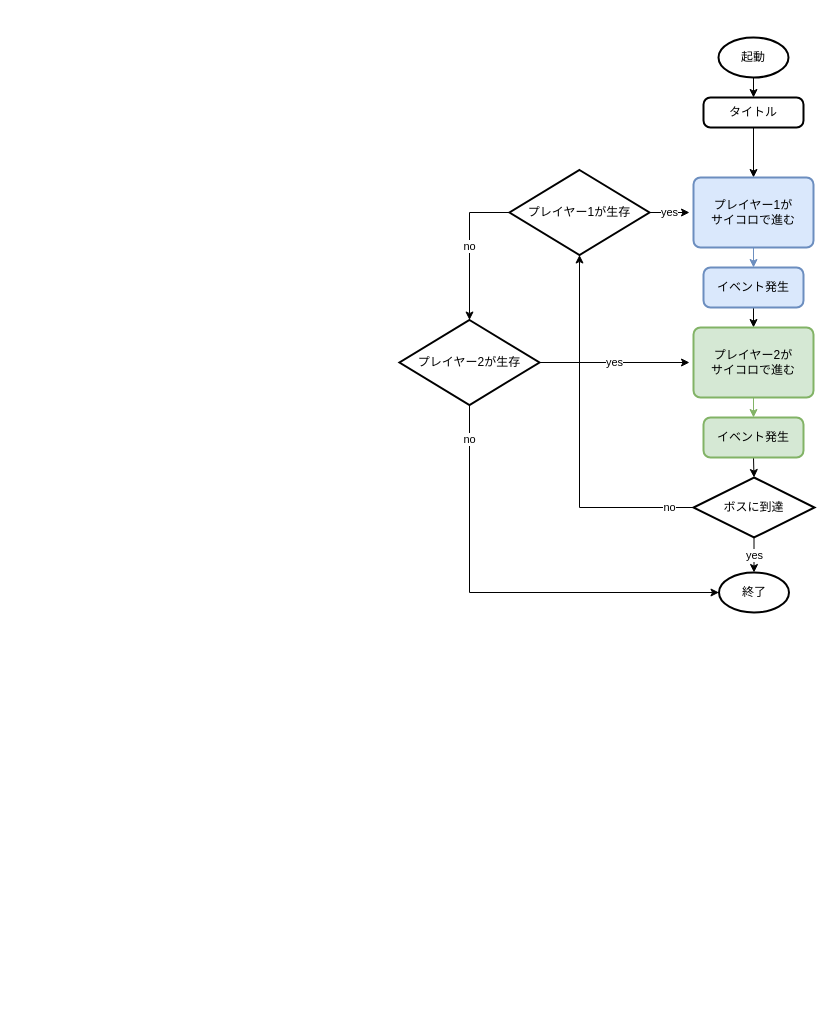
AK-8420/SugorokuRPG keeps this draw.io diagram as Architecture.drawio. Above is the earlier version. Source tidied: cells renumbered, new cells numbered last; positions are measured from the earlier drawing's top-left corner, leaving out a move shared by most shapes. Both pictures are drawn from the tidied source at 100%, with x=0, y=0 at pixel (399, 37).
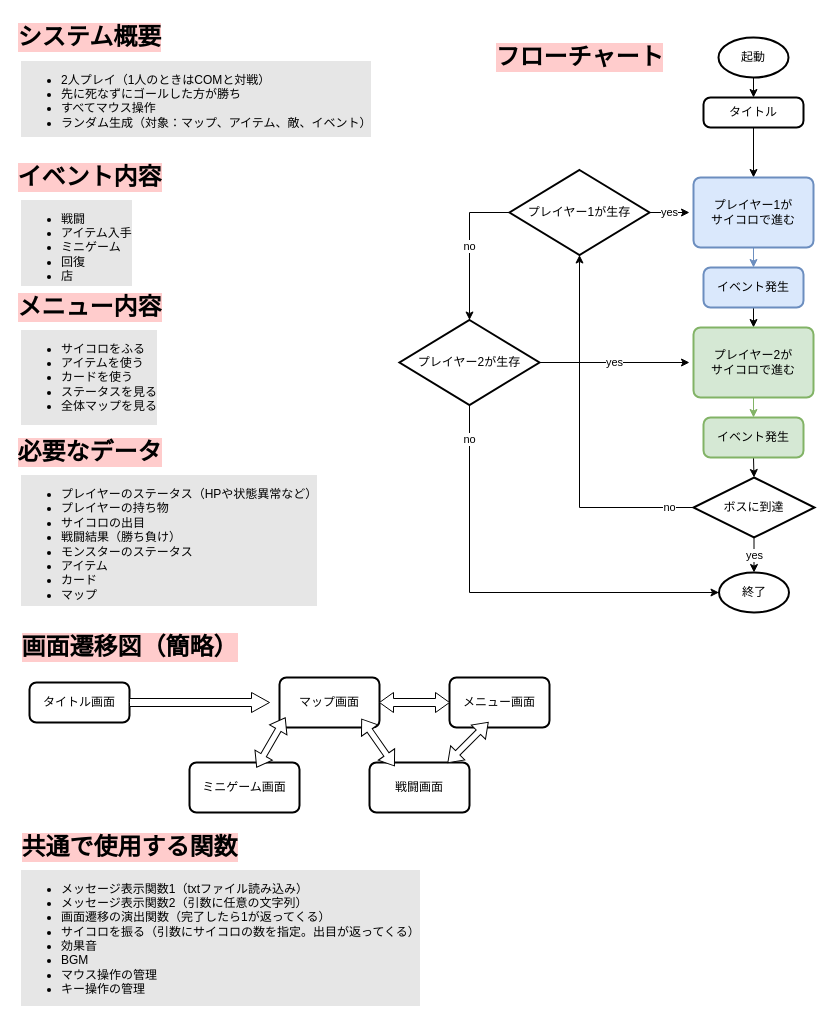
The same diagram, later.

Commit message:
Architecture.drawio を更新します

The edit, as a diff of the source:
```diff
@@
+    <mxCell id="24" value="システム概要" style="text;strokeColor=none;fillColor=none;html=1;fontSize=24;fontStyle=1;verticalAlign=middle;align=center;labelBackgroundColor=#FFCCCC;" parent="1" vertex="1">
+      <mxGeometry x="-360" y="-20" width="100" height="40" as="geometry" />
+    </mxCell>
+    <mxCell id="25" value="&lt;ul&gt;&lt;li&gt;2人プレイ（1人のときはCOMと対戦）&lt;/li&gt;&lt;li&gt;先に死なずにゴールした方が勝ち&lt;/li&gt;&lt;li&gt;すべてマウス操作&lt;/li&gt;&lt;li&gt;ランダム生成（対象：マップ、アイテム、敵、イベント）&lt;/li&gt;&lt;/ul&gt;" style="text;html=1;whiteSpace=wrap;verticalAlign=middle;overflow=hidden;labelBackgroundColor=#E6E6E6;" parent="1" vertex="1">
+      <mxGeometry x="-380" y="21" width="370" height="80" as="geometry" />
+    </mxCell>
+    <mxCell id="26" value="イベント内容" style="text;strokeColor=none;fillColor=none;html=1;fontSize=24;fontStyle=1;verticalAlign=middle;align=center;labelBackgroundColor=#FFCCCC;" parent="1" vertex="1">
+      <mxGeometry x="-360" y="120" width="100" height="40" as="geometry" />
+    </mxCell>
+    <mxCell id="27" value="&lt;ul&gt;&lt;li&gt;戦闘&lt;/li&gt;&lt;li&gt;アイテム入手&lt;/li&gt;&lt;li&gt;ミニゲーム&lt;/li&gt;&lt;li&gt;回復&lt;/li&gt;&lt;li&gt;店&lt;/li&gt;&lt;/ul&gt;" style="text;html=1;whiteSpace=wrap;verticalAlign=middle;overflow=hidden;labelBackgroundColor=#E6E6E6;" parent="1" vertex="1">
+      <mxGeometry x="-380" y="160" width="370" height="90" as="geometry" />
+    </mxCell>
+    <mxCell id="28" value="必要なデータ" style="text;strokeColor=none;fillColor=none;html=1;fontSize=24;fontStyle=1;verticalAlign=middle;align=center;labelBackgroundColor=#FFCCCC;" parent="1" vertex="1">
+      <mxGeometry x="-360" y="395" width="100" height="40" as="geometry" />
+    </mxCell>
+    <mxCell id="29" value="&lt;ul&gt;&lt;li&gt;プレイヤーのステータス（HPや状態異常など）&lt;br&gt;&lt;/li&gt;&lt;li&gt;プレイヤーの持ち物&lt;/li&gt;&lt;li&gt;サイコロの出目&lt;/li&gt;&lt;li&gt;戦闘結果（勝ち負け）&lt;/li&gt;&lt;li&gt;モンスターのステータス&lt;/li&gt;&lt;li&gt;アイテム&lt;/li&gt;&lt;li&gt;カード&lt;/li&gt;&lt;li&gt;マップ&lt;/li&gt;&lt;/ul&gt;" style="text;html=1;whiteSpace=wrap;verticalAlign=middle;overflow=hidden;labelBackgroundColor=#E6E6E6;" parent="1" vertex="1">
+      <mxGeometry x="-380" y="435" width="370" height="135" as="geometry" />
+    </mxCell>
+    <mxCell id="30" value="メニュー内容" style="text;strokeColor=none;fillColor=none;html=1;fontSize=24;fontStyle=1;verticalAlign=middle;align=center;labelBackgroundColor=#FFCCCC;" parent="1" vertex="1">
+      <mxGeometry x="-360" y="250" width="100" height="40" as="geometry" />
+    </mxCell>
+    <mxCell id="31" value="&lt;ul&gt;&lt;li&gt;サイコロをふる&lt;/li&gt;&lt;li&gt;アイテムを使う&lt;/li&gt;&lt;li&gt;カードを使う&lt;/li&gt;&lt;li&gt;ステータスを見る&lt;/li&gt;&lt;li&gt;全体マップを見る&lt;/li&gt;&lt;/ul&gt;" style="text;html=1;whiteSpace=wrap;verticalAlign=middle;overflow=hidden;labelBackgroundColor=#E6E6E6;" parent="1" vertex="1">
+      <mxGeometry x="-380" y="290" width="370" height="100" as="geometry" />
+    </mxCell>
+    <mxCell id="32" value="タイトル画面" style="rounded=1;whiteSpace=wrap;html=1;absoluteArcSize=1;arcSize=14;strokeWidth=2;labelBackgroundColor=#FFFFFF;" parent="1" vertex="1">
+      <mxGeometry x="-370" y="645" width="100" height="40" as="geometry" />
+    </mxCell>
+    <mxCell id="33" value="マップ画面" style="rounded=1;whiteSpace=wrap;html=1;absoluteArcSize=1;arcSize=14;strokeWidth=2;labelBackgroundColor=#FFFFFF;" parent="1" vertex="1">
+      <mxGeometry x="-120" y="640" width="100" height="50" as="geometry" />
+    </mxCell>
+    <mxCell id="34" value="メニュー画面" style="rounded=1;whiteSpace=wrap;html=1;absoluteArcSize=1;arcSize=14;strokeWidth=2;labelBackgroundColor=#FFFFFF;" parent="1" vertex="1">
+      <mxGeometry x="50" y="640" width="100" height="50" as="geometry" />
+    </mxCell>
+    <mxCell id="35" value="戦闘画面" style="rounded=1;whiteSpace=wrap;html=1;absoluteArcSize=1;arcSize=14;strokeWidth=2;labelBackgroundColor=#FFFFFF;" parent="1" vertex="1">
+      <mxGeometry x="-30" y="725" width="100" height="50" as="geometry" />
+    </mxCell>
+    <mxCell id="36" value="ミニゲーム画面" style="rounded=1;whiteSpace=wrap;html=1;absoluteArcSize=1;arcSize=14;strokeWidth=2;labelBackgroundColor=#FFFFFF;" parent="1" vertex="1">
+      <mxGeometry x="-210" y="725" width="110" height="50" as="geometry" />
+    </mxCell>
+    <mxCell id="37" style="html=1;shadow=0;dashed=0;align=center;verticalAlign=middle;shape=mxgraph.arrows2.twoWayArrow;dy=0.69;dx=13.92;labelBackgroundColor=#FFFFFF;rotation=-60;" parent="1" vertex="1">
+      <mxGeometry x="-157.1" y="695" width="57.1" height="20" as="geometry" />
+    </mxCell>
+    <mxCell id="38" style="html=1;shadow=0;dashed=0;align=center;verticalAlign=middle;shape=mxgraph.arrows2.twoWayArrow;dy=0.69;dx=13.92;labelBackgroundColor=#FFFFFF;rotation=-125;" parent="1" vertex="1">
+      <mxGeometry x="-50" y="695" width="57.1" height="20" as="geometry" />
+    </mxCell>
+    <mxCell id="39" style="html=1;shadow=0;dashed=0;align=center;verticalAlign=middle;shape=mxgraph.arrows2.twoWayArrow;dy=0.69;dx=13.92;labelBackgroundColor=#FFFFFF;rotation=-45;" parent="1" vertex="1">
+      <mxGeometry x="40" y="695" width="57.1" height="20" as="geometry" />
+    </mxCell>
+    <mxCell id="40" style="html=1;shadow=0;dashed=0;align=center;verticalAlign=middle;shape=mxgraph.arrows2.arrow;dy=0.6;dx=18;notch=0;labelBackgroundColor=#FFFFFF;" parent="1" vertex="1">
+      <mxGeometry x="-270" y="655" width="140" height="20" as="geometry" />
+    </mxCell>
+    <mxCell id="41" style="html=1;shadow=0;dashed=0;align=center;verticalAlign=middle;shape=mxgraph.arrows2.twoWayArrow;dy=0.6;dx=14;labelBackgroundColor=#FFFFFF;" parent="1" vertex="1">
+      <mxGeometry x="-20" y="655" width="70" height="20" as="geometry" />
+    </mxCell>
+    <mxCell id="42" value="フローチャート" style="text;strokeColor=none;fillColor=none;html=1;fontSize=24;fontStyle=1;verticalAlign=middle;align=center;labelBackgroundColor=#FFCCCC;" parent="1" vertex="1">
+      <mxGeometry x="130" width="100" height="40" as="geometry" />
+    </mxCell>
+    <mxCell id="43" value="画面遷移図（簡略）" style="text;strokeColor=none;fillColor=none;html=1;fontSize=24;fontStyle=1;verticalAlign=middle;align=center;labelBackgroundColor=#FFCCCC;" parent="1" vertex="1">
+      <mxGeometry x="-370" y="590" width="200" height="40" as="geometry" />
+    </mxCell>
+    <mxCell id="44" value="共通で使用する関数" style="text;strokeColor=none;fillColor=none;html=1;fontSize=24;fontStyle=1;verticalAlign=middle;align=center;labelBackgroundColor=#FFCCCC;" parent="1" vertex="1">
+      <mxGeometry x="-370" y="790" width="200" height="40" as="geometry" />
+    </mxCell>
+    <mxCell id="45" value="&lt;ul&gt;&lt;li&gt;メッセージ表示関数1（txtファイル読み込み）&lt;/li&gt;&lt;li&gt;メッセージ表示関数2（引数に任意の文字列）&lt;/li&gt;&lt;li&gt;画面遷移の演出関数（完了したら1が返ってくる）&lt;/li&gt;&lt;li&gt;サイコロを振る（引数にサイコロの数を指定。出目が返ってくる）&lt;/li&gt;&lt;li&gt;効果音&lt;/li&gt;&lt;li&gt;BGM&lt;/li&gt;&lt;li&gt;マウス操作の管理&lt;/li&gt;&lt;li&gt;キー操作の管理&lt;/li&gt;&lt;/ul&gt;" style="text;html=1;whiteSpace=wrap;verticalAlign=middle;overflow=hidden;labelBackgroundColor=#E6E6E6;" parent="1" vertex="1">
+      <mxGeometry x="-380" y="830" width="410" height="140" as="geometry" />
+    </mxCell>
```
